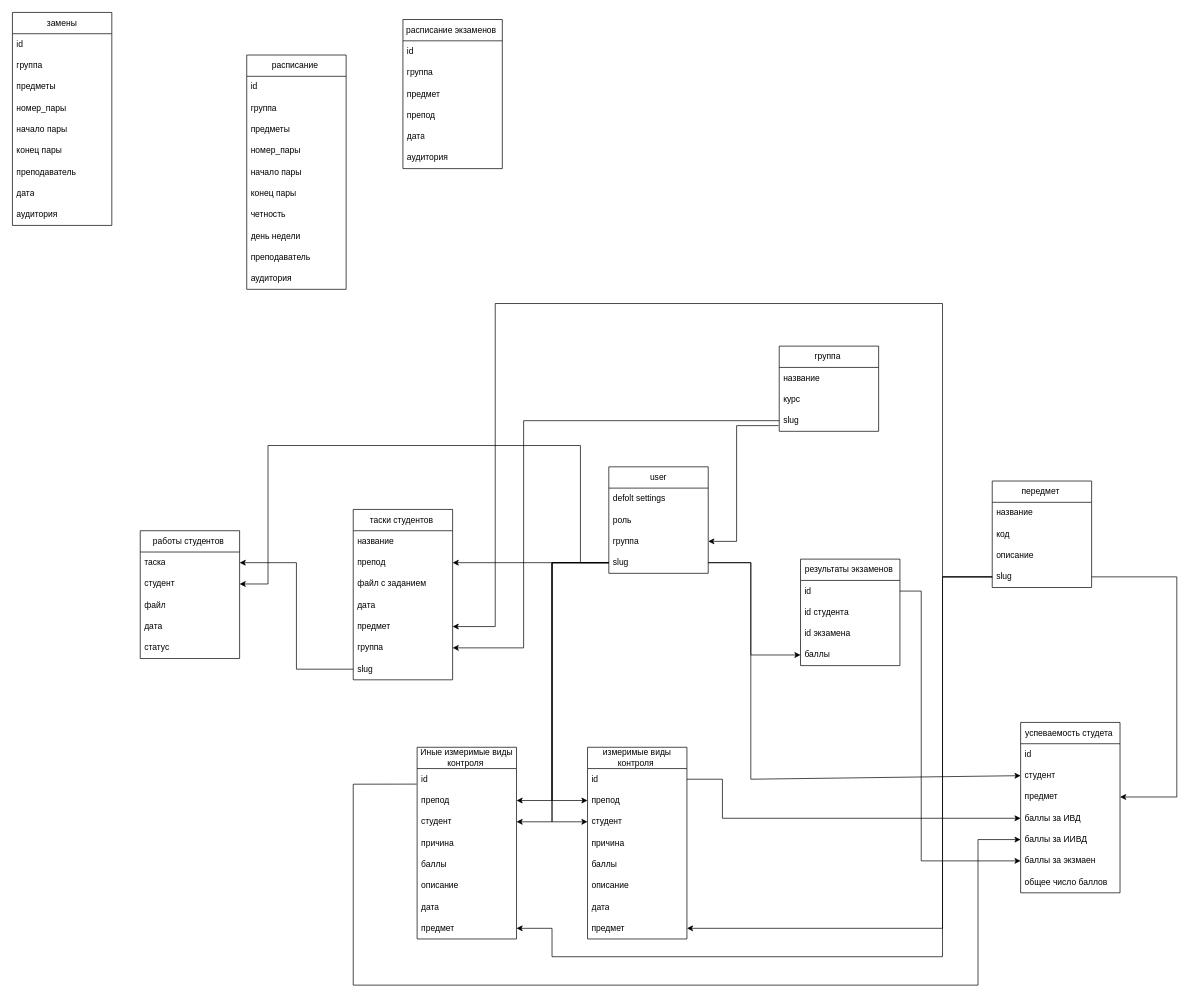
This is db.drawio from alexkhub/GraduateWork, a draw.io file, before an edit. Source tidied: cells renumbered, new cells numbered last; positions are measured from the earlier drawing's top-left corner, leaving out a move shared by most shapes. Both pictures are drawn from the tidied source at 71%, with x=0, y=0 at pixel (12, 12).
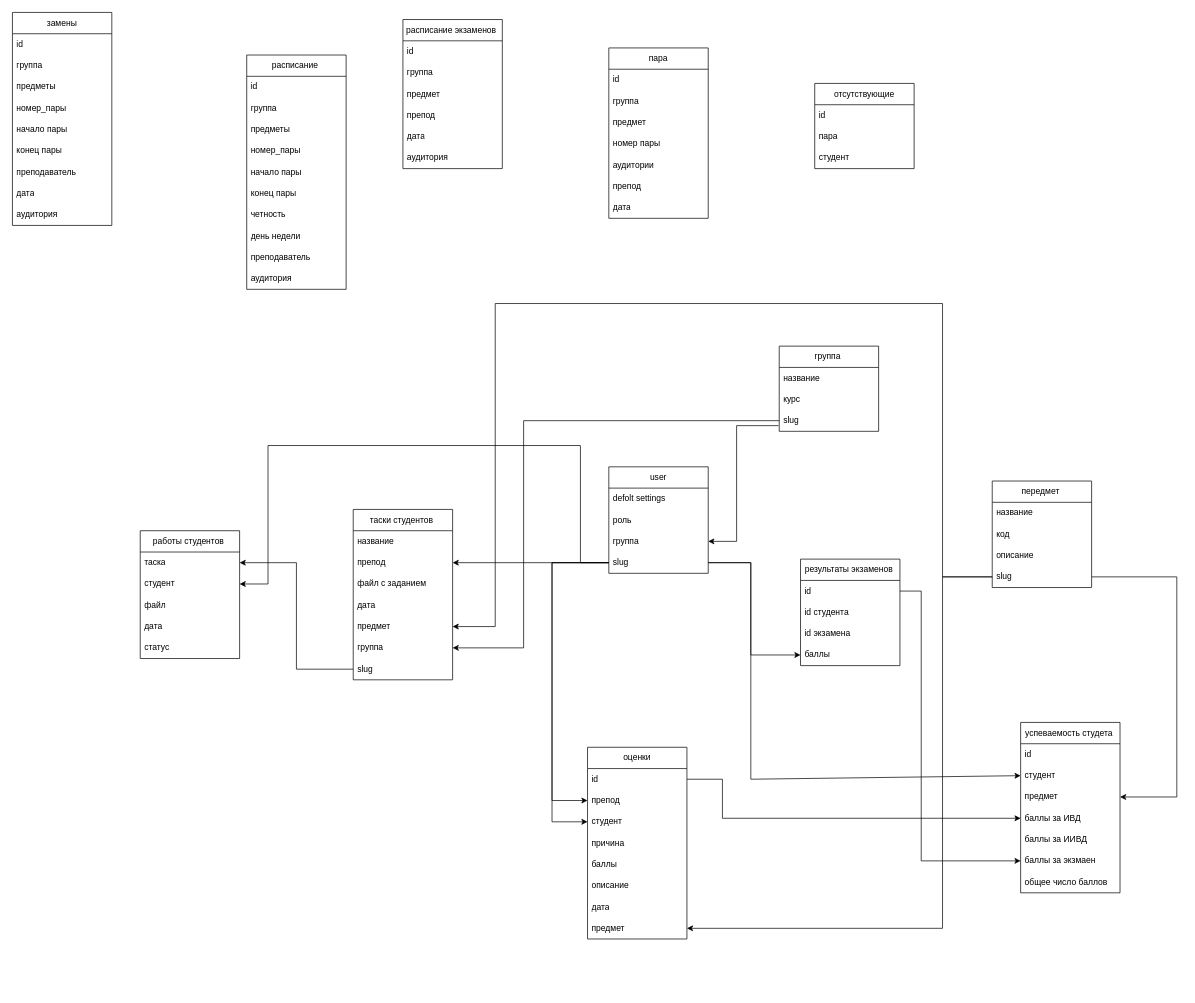
The same page after the edit.

The change refers to these unchanged cells:
```xml
<mxCell id="6" value="slug" style="text;strokeColor=none;fillColor=none;align=left;verticalAlign=middle;spacingLeft=4;spacingRight=4;overflow=hidden;points=[[0,0.5],[1,0.5]];portConstraint=eastwest;whiteSpace=wrap;html=1;" parent="2" vertex="1">
  <mxGeometry y="120" width="140" height="30" as="geometry" />
</mxCell>
<mxCell id="16" value="slug" style="text;strokeColor=none;fillColor=none;align=left;verticalAlign=middle;spacingLeft=4;spacingRight=4;overflow=hidden;points=[[0,0.5],[1,0.5]];portConstraint=eastwest;whiteSpace=wrap;html=1;" parent="12" vertex="1">
  <mxGeometry y="120" width="140" height="30" as="geometry" />
</mxCell>
<mxCell id="51" value="баллы за ИИВД" style="text;strokeColor=none;fillColor=none;align=left;verticalAlign=middle;spacingLeft=4;spacingRight=4;overflow=hidden;points=[[0,0.5],[1,0.5]];portConstraint=eastwest;whiteSpace=wrap;html=1;" parent="46" vertex="1">
  <mxGeometry y="150" width="140" height="30" as="geometry" />
</mxCell>
```

What changed in the source:
```diff
@@
-    <mxCell id="24" value="измеримые виды контроля&amp;nbsp;" style="swimlane;fontStyle=0;horizontal=1;startSize=30;whiteSpace=wrap;html=1;" parent="1" vertex="1">
+    <mxCell id="24" value="оценки " style="swimlane;fontStyle=0;horizontal=1;startSize=30;whiteSpace=wrap;html=1;" parent="1" vertex="1">
       <mxGeometry x="810" y="1035" width="140" height="270" as="geometry" />
     </mxCell>
@@
-    <mxCell id="35" value="Иные измеримые виды контроля&amp;nbsp;" style="swimlane;fontStyle=0;horizontal=1;startSize=30;whiteSpace=wrap;html=1;" parent="1" vertex="1">
-      <mxGeometry x="570" y="1035" width="140" height="270" as="geometry" />
-    </mxCell>
-    <mxCell id="36" value="id&amp;nbsp;" style="text;strokeColor=none;fillColor=none;align=left;verticalAlign=middle;spacingLeft=4;spacingRight=4;overflow=hidden;points=[[0,0.5],[1,0.5]];portConstraint=eastwest;whiteSpace=wrap;html=1;" parent="35" vertex="1">
-      <mxGeometry y="30" width="140" height="30" as="geometry" />
-    </mxCell>
-    <mxCell id="37" value="препод&amp;nbsp;" style="text;strokeColor=none;fillColor=none;align=left;verticalAlign=middle;spacingLeft=4;spacingRight=4;overflow=hidden;points=[[0,0.5],[1,0.5]];portConstraint=eastwest;whiteSpace=wrap;html=1;" parent="35" vertex="1">
-      <mxGeometry y="60" width="140" height="30" as="geometry" />
-    </mxCell>
-    <mxCell id="38" value="студент" style="text;strokeColor=none;fillColor=none;align=left;verticalAlign=middle;spacingLeft=4;spacingRight=4;overflow=hidden;points=[[0,0.5],[1,0.5]];portConstraint=eastwest;whiteSpace=wrap;html=1;" parent="35" vertex="1">
-      <mxGeometry y="90" width="140" height="30" as="geometry" />
-    </mxCell>
-    <mxCell id="39" value="причина&amp;nbsp;" style="text;strokeColor=none;fillColor=none;align=left;verticalAlign=middle;spacingLeft=4;spacingRight=4;overflow=hidden;whiteSpace=wrap;html=1;" parent="35" vertex="1">
-      <mxGeometry y="120" width="140" height="30" as="geometry" />
-    </mxCell>
-    <mxCell id="40" value="баллы&amp;nbsp;" style="text;strokeColor=none;fillColor=none;align=left;verticalAlign=middle;spacingLeft=4;spacingRight=4;overflow=hidden;whiteSpace=wrap;html=1;" parent="35" vertex="1">
-      <mxGeometry y="150" width="140" height="30" as="geometry" />
-    </mxCell>
-    <mxCell id="41" value="описание&amp;nbsp;" style="text;strokeColor=none;fillColor=none;align=left;verticalAlign=middle;spacingLeft=4;spacingRight=4;overflow=hidden;whiteSpace=wrap;html=1;" parent="35" vertex="1">
-      <mxGeometry y="180" width="140" height="30" as="geometry" />
-    </mxCell>
-    <mxCell id="42" value="дата" style="text;strokeColor=none;fillColor=none;align=left;verticalAlign=middle;spacingLeft=4;spacingRight=4;overflow=hidden;whiteSpace=wrap;html=1;" parent="35" vertex="1">
-      <mxGeometry y="210" width="140" height="30" as="geometry" />
-    </mxCell>
-    <mxCell id="43" value="предмет&amp;nbsp;" style="text;strokeColor=none;fillColor=none;align=left;verticalAlign=middle;spacingLeft=4;spacingRight=4;overflow=hidden;points=[[0,0.5],[1,0.5]];portConstraint=eastwest;whiteSpace=wrap;html=1;" parent="35" vertex="1">
-      <mxGeometry y="240" width="140" height="30" as="geometry" />
-    </mxCell>
-    <mxCell id="44" style="endArrow=classic;html=1;rounded=0;exitX=0;exitY=0.5;exitDx=0;exitDy=0;entryX=1;entryY=0.5;entryDx=0;entryDy=0;" parent="1" edge="1" source="6" target="38">
-      <mxGeometry relative="1" as="geometry">
-        <Array as="points">
-          <mxPoint x="760" y="775" />
-          <mxPoint x="760" y="1140" />
-        </Array>
-      </mxGeometry>
-    </mxCell>
-    <mxCell id="45" style="endArrow=classic;html=1;rounded=0;exitX=0;exitY=0.5;exitDx=0;exitDy=0;entryX=1;entryY=0.5;entryDx=0;entryDy=0;" parent="1" edge="1" source="6" target="37">
-      <mxGeometry relative="1" as="geometry">
-        <Array as="points">
-          <mxPoint x="760" y="775" />
-          <mxPoint x="760" y="1110" />
-        </Array>
-      </mxGeometry>
-    </mxCell>
@@
-    <mxCell id="57" style="endArrow=classic;html=1;rounded=0;exitX=-0.005;exitY=0.73;exitDx=0;exitDy=0;exitPerimeter=0;entryX=0;entryY=0.5;entryDx=0;entryDy=0;" parent="1" edge="1" source="36" target="51">
-      <mxGeometry relative="1" as="geometry">
-        <Array as="points">
-          <mxPoint x="480" y="1087" />
-          <mxPoint x="480" y="1370" />
-          <mxPoint x="1360" y="1370" />
-          <mxPoint x="1360" y="1165" />
-        </Array>
-      </mxGeometry>
-    </mxCell>
@@
-    <mxCell id="78" style="endArrow=classic;html=1;rounded=0;exitX=0;exitY=0.5;exitDx=0;exitDy=0;entryX=1;entryY=0.5;entryDx=0;entryDy=0;" parent="1" edge="1" source="16" target="43">
-      <mxGeometry relative="1" as="geometry">
-        <Array as="points">
-          <mxPoint x="1310" y="795" />
-          <mxPoint x="1310" y="1330" />
-          <mxPoint x="760" y="1330" />
-          <mxPoint x="760" y="1290" />
-        </Array>
-      </mxGeometry>
-    </mxCell>
@@
+    <mxCell id="107" value="пара " style="swimlane;fontStyle=0;horizontal=1;startSize=30;whiteSpace=wrap;html=1;" parent="1" vertex="1">
+      <mxGeometry x="840" y="50" width="140" height="240" as="geometry" />
+    </mxCell>
+    <mxCell id="108" value="id " style="text;strokeColor=none;fillColor=none;align=left;verticalAlign=middle;spacingLeft=4;spacingRight=4;overflow=hidden;whiteSpace=wrap;html=1;" parent="107" vertex="1">
+      <mxGeometry y="30" width="140" height="30" as="geometry" />
+    </mxCell>
+    <mxCell id="109" value="группа " style="text;strokeColor=none;fillColor=none;align=left;verticalAlign=middle;spacingLeft=4;spacingRight=4;overflow=hidden;whiteSpace=wrap;html=1;" parent="107" vertex="1">
+      <mxGeometry y="60" width="140" height="30" as="geometry" />
+    </mxCell>
+    <mxCell id="43" value="предмет" style="text;strokeColor=none;fillColor=none;align=left;verticalAlign=middle;spacingLeft=4;spacingRight=4;overflow=hidden;points=[[0,0.5],[1,0.5]];portConstraint=eastwest;whiteSpace=wrap;html=1;" parent="107" vertex="1">
+      <mxGeometry y="90" width="140" height="30" as="geometry" />
+    </mxCell>
+    <mxCell id="110" value="номер пары " style="text;strokeColor=none;fillColor=none;align=left;verticalAlign=middle;spacingLeft=4;spacingRight=4;overflow=hidden;whiteSpace=wrap;html=1;" parent="107" vertex="1">
+      <mxGeometry y="120" width="140" height="30" as="geometry" />
+    </mxCell>
+    <mxCell id="111" value="аудитории " style="text;strokeColor=none;fillColor=none;align=left;verticalAlign=middle;spacingLeft=4;spacingRight=4;overflow=hidden;whiteSpace=wrap;html=1;" parent="107" vertex="1">
+      <mxGeometry y="150" width="140" height="30" as="geometry" />
+    </mxCell>
+    <mxCell id="37" value="препод" style="text;strokeColor=none;fillColor=none;align=left;verticalAlign=middle;spacingLeft=4;spacingRight=4;overflow=hidden;points=[[0,0.5],[1,0.5]];portConstraint=eastwest;whiteSpace=wrap;html=1;" parent="107" vertex="1">
+      <mxGeometry y="180" width="140" height="30" as="geometry" />
+    </mxCell>
+    <mxCell id="42" value="дата" style="text;strokeColor=none;fillColor=none;align=left;verticalAlign=middle;spacingLeft=4;spacingRight=4;overflow=hidden;whiteSpace=wrap;html=1;" parent="107" vertex="1">
+      <mxGeometry y="210" width="140" height="30" as="geometry" />
+    </mxCell>
+    <mxCell id="112" value="отсутствующие" style="swimlane;fontStyle=0;horizontal=1;startSize=30;whiteSpace=wrap;html=1;" parent="1" vertex="1">
+      <mxGeometry x="1130" y="100" width="140" height="120" as="geometry" />
+    </mxCell>
+    <mxCell id="113" value="id " style="text;strokeColor=none;fillColor=none;align=left;verticalAlign=middle;spacingLeft=4;spacingRight=4;overflow=hidden;whiteSpace=wrap;html=1;" parent="112" vertex="1">
+      <mxGeometry y="30" width="140" height="30" as="geometry" />
+    </mxCell>
+    <mxCell id="114" value="пара" style="text;strokeColor=none;fillColor=none;align=left;verticalAlign=middle;spacingLeft=4;spacingRight=4;overflow=hidden;whiteSpace=wrap;html=1;" parent="112" vertex="1">
+      <mxGeometry y="60" width="140" height="30" as="geometry" />
+    </mxCell>
+    <mxCell id="38" value="студент " style="text;strokeColor=none;fillColor=none;align=left;verticalAlign=middle;spacingLeft=4;spacingRight=4;overflow=hidden;points=[[0,0.5],[1,0.5]];portConstraint=eastwest;whiteSpace=wrap;html=1;" parent="112" vertex="1">
+      <mxGeometry y="90" width="140" height="30" as="geometry" />
+    </mxCell>
```
